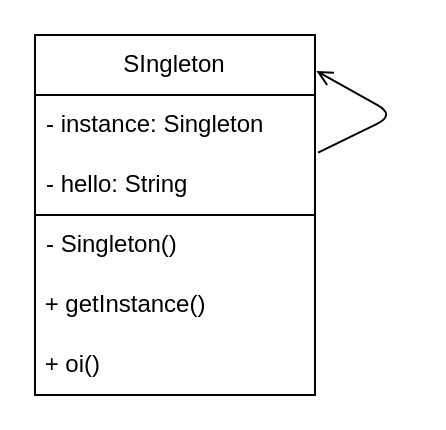
AugustoTSantos/Bertoti keeps this draw.io diagram as padroesProjetosSistemas/singleton/DiagramaSIngleton.drawio. Above is the earlier version. Source tidied: cells renumbered, new cells numbered last; positions are measured from the earlier drawing's top-left corner, leaving out a move shared by most shapes. Both pictures are drawn from the tidied source at 200%, with x=0, y=0 at pixel (34, 34).
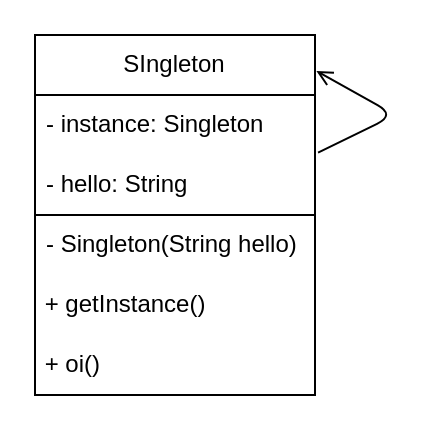
Above is the later version.

The edit, as a diff of the source:
```diff
@@
 <mxGraphModel>
   <root>
     <mxCell id="0" />
     <mxCell id="1" parent="0" />
     <mxCell id="2" value="SIngleton" style="swimlane;fontStyle=0;horizontal=1;startSize=30;whiteSpace=wrap;html=1;" parent="1" vertex="1">
       <mxGeometry width="140" height="180" as="geometry" />
     </mxCell>
     <mxCell id="3" value="- instance: Singleton" style="text;strokeColor=none;fillColor=none;align=left;verticalAlign=middle;spacingLeft=4;spacingRight=4;overflow=hidden;whiteSpace=wrap;html=1;" parent="2" vertex="1">
       <mxGeometry y="30" width="140" height="30" as="geometry" />
     </mxCell>
     <mxCell id="4" value="- hello: String" style="text;strokeColor=none;fillColor=none;align=left;verticalAlign=middle;spacingLeft=4;spacingRight=4;overflow=hidden;points=[[0,0.5],[1,0.5]];portConstraint=eastwest;whiteSpace=wrap;html=1;" parent="2" vertex="1">
       <mxGeometry y="60" width="140" height="30" as="geometry" />
     </mxCell>
-    <mxCell id="5" value="- Singleton()" style="text;strokeColor=none;fillColor=none;align=left;verticalAlign=middle;spacingLeft=4;spacingRight=4;overflow=hidden;whiteSpace=wrap;html=1;" parent="2" vertex="1">
+    <mxCell id="5" value="- Singleton(String hello)" style="text;strokeColor=none;fillColor=none;align=left;verticalAlign=middle;spacingLeft=4;spacingRight=4;overflow=hidden;whiteSpace=wrap;html=1;" parent="2" vertex="1">
       <mxGeometry y="90" width="140" height="30" as="geometry" />
     </mxCell>
     <mxCell id="6" value="&amp;nbsp;+ getInstance()" style="text;html=1;strokeColor=none;fillColor=none;align=left;verticalAlign=middle;whiteSpace=wrap;rounded=0;" parent="2" vertex="1">
       <mxGeometry y="120" width="140" height="30" as="geometry" />
     </mxCell>
     <mxCell id="7" value="&amp;nbsp;+ oi()" style="text;html=1;strokeColor=none;fillColor=none;align=left;verticalAlign=middle;whiteSpace=wrap;rounded=0;" parent="2" vertex="1">
       <mxGeometry y="150" width="140" height="30" as="geometry" />
     </mxCell>
     <mxCell id="8" style="endArrow=none;html=1;" parent="2" edge="1">
       <mxGeometry relative="1" as="geometry">
         <mxPoint y="90" as="sourcePoint" />
         <mxPoint x="140" y="90" as="targetPoint" />
       </mxGeometry>
     </mxCell>
     <mxCell id="9" style="endArrow=open;html=1;endFill=0;exitX=1.011;exitY=-0.039;exitDx=0;exitDy=0;exitPerimeter=0;entryX=1.005;entryY=0.1;entryDx=0;entryDy=0;entryPerimeter=0;" parent="2" edge="1" source="4" target="2">
       <mxGeometry relative="1" as="geometry">
         <Array as="points">
           <mxPoint x="180" y="40" />
         </Array>
       </mxGeometry>
     </mxCell>
   </root>
 </mxGraphModel>
```
